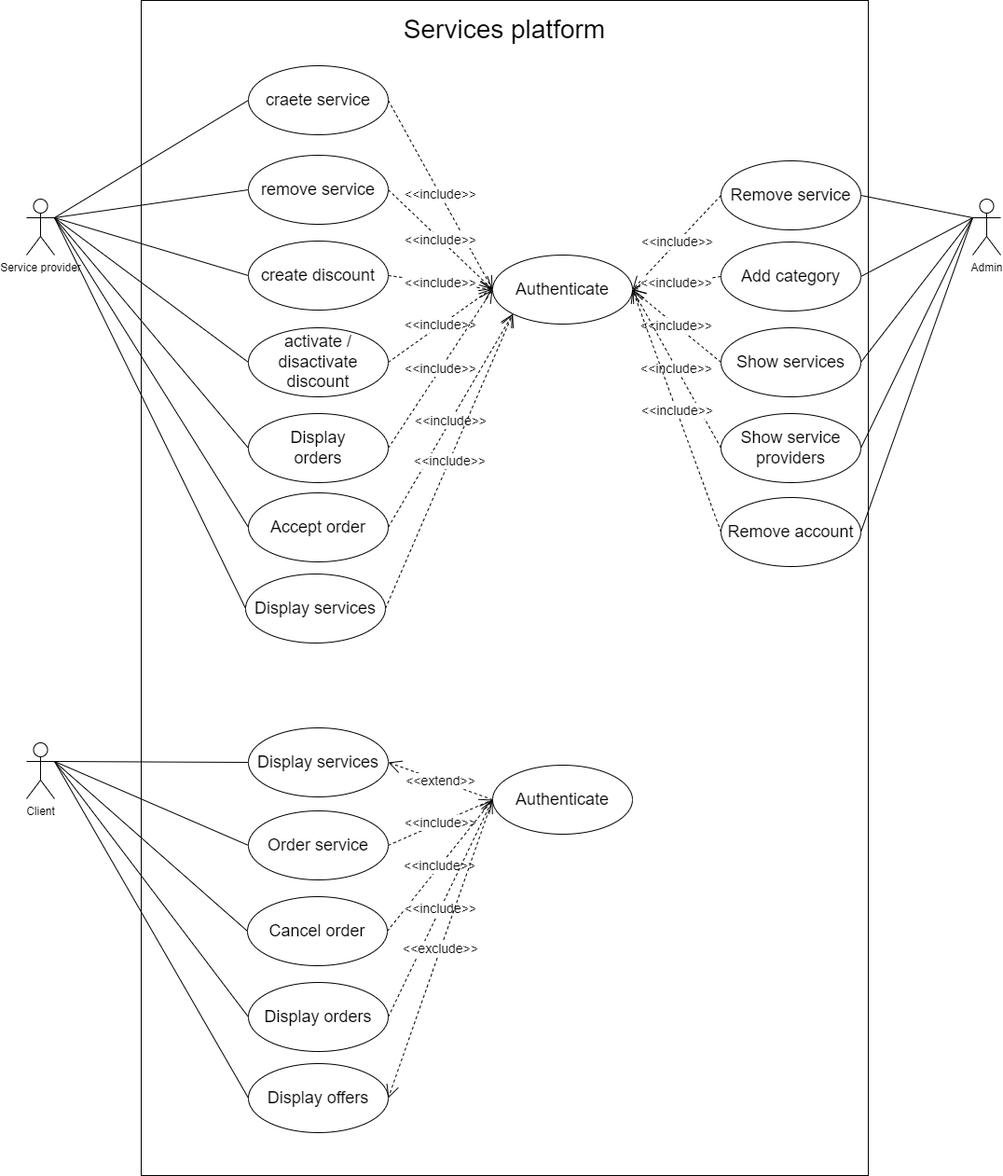
Before: use-case diagram.drawio.png, a diagram exported from draw.io (GHamza-Dev/wafin-design-and-conception). Source tidied: cells renumbered, new cells last; positions are measured from the earlier drawing's top-left corner, leaving out a move shared by most shapes.
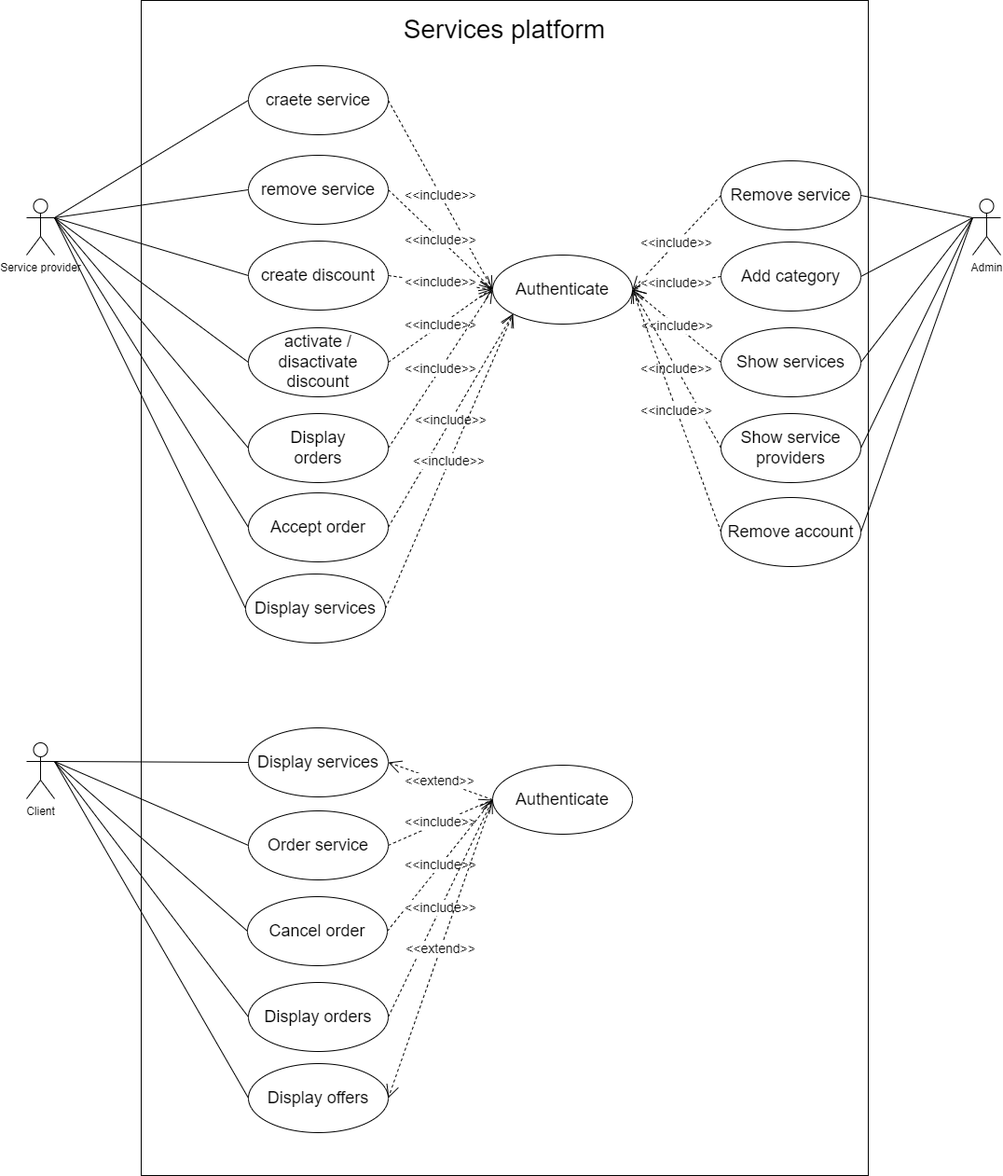
The same diagram one commit later.

What changed in the source:
```diff
@@ -161,7 +161,7 @@
     <mxCell id="54" value="&lt;span style=&quot;font-size: 18px&quot;&gt;Display offers&lt;/span&gt;" style="ellipse;whiteSpace=wrap;html=1;" parent="1" vertex="1">
       <mxGeometry x="238" y="1140" width="150" height="74" as="geometry" />
     </mxCell>
-    <mxCell id="55" value="&amp;lt;&amp;lt;exclude&amp;gt;&amp;gt;" style="endArrow=open;endSize=12;dashed=1;html=1;rounded=0;fontSize=14;exitX=0;exitY=0.5;exitDx=0;exitDy=0;entryX=1;entryY=0.5;entryDx=0;entryDy=0;" parent="1" edge="1" source="33" target="54">
+    <mxCell id="55" value="&amp;lt;&amp;lt;extend&amp;gt;&amp;gt;" style="endArrow=open;endSize=12;dashed=1;html=1;rounded=0;fontSize=14;exitX=0;exitY=0.5;exitDx=0;exitDy=0;entryX=1;entryY=0.5;entryDx=0;entryDy=0;" parent="1" edge="1" source="33" target="54">
       <mxGeometry relative="1" as="geometry" />
     </mxCell>
     <mxCell id="56" style="endArrow=none;html=1;rounded=0;fontSize=18;exitX=1;exitY=0.3333333333333333;exitDx=0;exitDy=0;exitPerimeter=0;entryX=0;entryY=0.5;entryDx=0;entryDy=0;" parent="1" edge="1" source="17" target="54">
```
